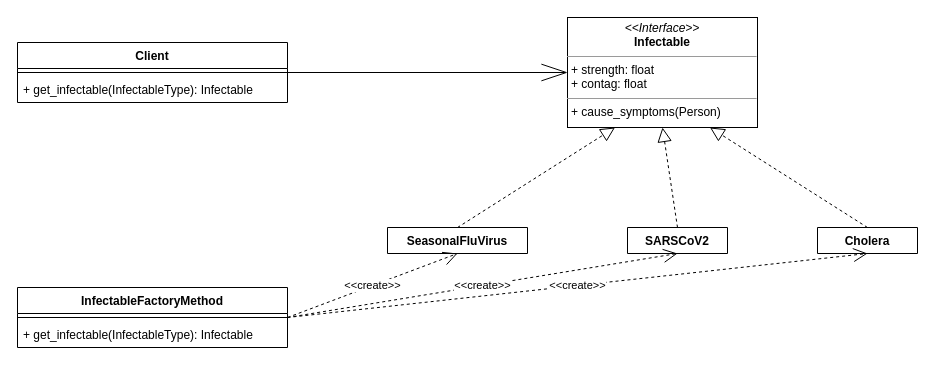
Earlier version of the draw.io diagram diagrams/Factory Method Infectable Class.drawio (rolkon/covid-gof-patterns). Source tidied: cells renumbered, new cells numbered last; positions are measured from the earlier drawing's top-left corner, leaving out a move shared by most shapes. Both pictures are drawn from the tidied source at 100%, with x=0, y=0 at pixel (17, 17).
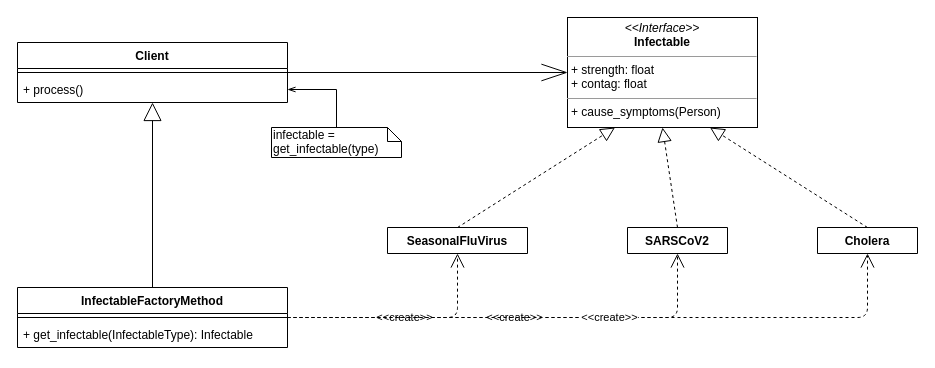
Above is the later version.

The change refers to these unchanged cells:
```xml
<mxCell id="6" value="SeasonalFluVirus" style="swimlane;fontStyle=1;align=center;verticalAlign=top;horizontal=1;startSize=26;" parent="1" vertex="1" collapsed="1">
  <mxGeometry x="370" y="210" width="140" height="26" as="geometry" />
</mxCell>
<mxCell id="7" value="SARSCoV2" style="swimlane;fontStyle=1;align=center;verticalAlign=top;horizontal=1;startSize=26;" parent="1" vertex="1" collapsed="1">
  <mxGeometry x="610" y="210" width="100" height="26" as="geometry" />
</mxCell>
<mxCell id="8" value="Cholera" style="swimlane;fontStyle=1;align=center;verticalAlign=top;horizontal=1;startSize=26;" parent="1" vertex="1" collapsed="1">
  <mxGeometry x="800" y="210" width="100" height="26" as="geometry" />
</mxCell>
<mxCell id="11" value="Client" style="swimlane;fontStyle=1;align=center;verticalAlign=top;horizontal=1;startSize=26;" parent="1" vertex="1">
  <mxGeometry y="25" width="270" height="60" as="geometry" />
</mxCell>
<mxCell id="14" value="InfectableFactoryMethod" style="swimlane;fontStyle=1;align=center;verticalAlign=top;horizontal=1;startSize=26;" parent="1" vertex="1">
  <mxGeometry y="270" width="270" height="60" as="geometry" />
</mxCell>
```

Diff of the diagram source:
```diff
@@
     <mxCell id="9" value="&amp;lt;&amp;lt;create&amp;gt;&amp;gt;" style="endArrow=open;endSize=12;dashed=1;html=1;exitX=1;exitY=0.5;exitDx=0;exitDy=0;entryX=0.5;entryY=1;entryDx=0;entryDy=0;" parent="1" edge="1" source="14" target="6">
-      <mxGeometry relative="1" as="geometry" />
+      <mxGeometry relative="1" as="geometry">
+        <Array as="points">
+          <mxPoint x="440" y="300" />
+        </Array>
+      </mxGeometry>
     </mxCell>
@@
-    <mxCell id="13" value="+ get_infectable(InfectableType): Infectable" style="text;strokeColor=none;fillColor=none;align=left;verticalAlign=top;spacingLeft=4;spacingRight=4;overflow=hidden;points=[[0,0.5],[1,0.5]];portConstraint=eastwest;" parent="11" vertex="1">
+    <mxCell id="13" value="+ process()" style="text;strokeColor=none;fillColor=none;align=left;verticalAlign=top;spacingLeft=4;spacingRight=4;overflow=hidden;points=[[0,0.5],[1,0.5]];portConstraint=eastwest;" parent="11" vertex="1">
       <mxGeometry y="34" width="270" height="26" as="geometry" />
     </mxCell>
@@
     <mxCell id="17" value="&amp;lt;&amp;lt;create&amp;gt;&amp;gt;" style="endArrow=open;endSize=12;dashed=1;html=1;exitX=1;exitY=0.5;exitDx=0;exitDy=0;entryX=0.5;entryY=1;entryDx=0;entryDy=0;" parent="1" edge="1" source="14" target="7">
-      <mxGeometry relative="1" as="geometry" />
+      <mxGeometry relative="1" as="geometry">
+        <Array as="points">
+          <mxPoint x="660" y="300" />
+        </Array>
+      </mxGeometry>
     </mxCell>
     <mxCell id="18" value="&amp;lt;&amp;lt;create&amp;gt;&amp;gt;" style="endArrow=open;endSize=12;dashed=1;html=1;exitX=1;exitY=0.5;exitDx=0;exitDy=0;entryX=0.5;entryY=1;entryDx=0;entryDy=0;" parent="1" edge="1" source="14" target="8">
-      <mxGeometry relative="1" as="geometry" />
+      <mxGeometry relative="1" as="geometry">
+        <Array as="points">
+          <mxPoint x="850" y="300" />
+        </Array>
+      </mxGeometry>
     </mxCell>
+    <mxCell id="19" style="endArrow=block;endSize=16;endFill=0;html=1;exitX=0.5;exitY=0;exitDx=0;exitDy=0;" parent="1" edge="1" source="14" target="13">
+      <mxGeometry relative="1" as="geometry" />
+    </mxCell>
+    <mxCell id="20" style="edgeStyle=orthogonalEdgeStyle;rounded=0;jettySize=auto;html=1;endArrow=openThin;endFill=0;" parent="1" edge="1" source="21" target="13">
+      <mxGeometry relative="1" as="geometry" />
+    </mxCell>
+    <mxCell id="21" value="infectable = get_infectable(type)" style="shape=note;whiteSpace=wrap;html=1;size=14;verticalAlign=top;align=left;spacingTop=-6;" parent="1" vertex="1">
+      <mxGeometry x="254" y="110" width="130" height="30" as="geometry" />
+    </mxCell>
```
